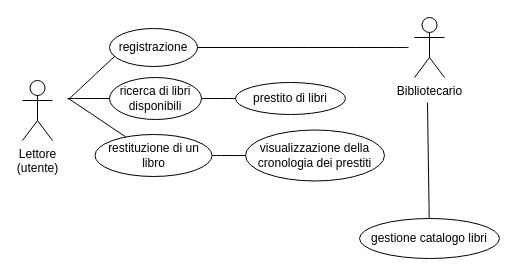
This is src/Untitled Diagram.drawio from Kokozilla/progetto-alcol, a draw.io file, before an edit. Source tidied: cells renumbered, new cells numbered last; positions are measured from the earlier drawing's top-left corner, leaving out a move shared by most shapes. Both pictures are drawn from the tidied source at 100%, with x=0, y=0 at pixel (22, 17).
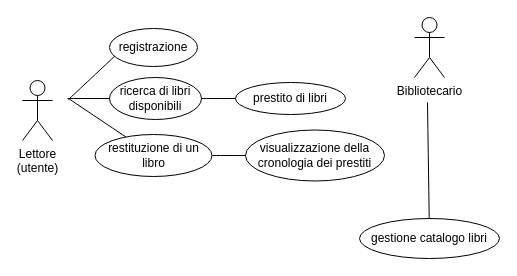
The same diagram, later.

The change refers to these unchanged cells:
```xml
<mxCell id="4" value="registrazione" style="ellipse;whiteSpace=wrap;html=1;" parent="1" vertex="1">
  <mxGeometry x="87" y="11" width="88" height="38" as="geometry" />
</mxCell>
```

Change to the diagram source:
```diff
@@
-    <mxCell id="13" style="endArrow=none;html=1;rounded=0;fontSize=12;startSize=8;endSize=8;curved=1;entryX=1;entryY=0.5;entryDx=0;entryDy=0;" parent="1" edge="1" target="4">
-      <mxGeometry relative="1" as="geometry">
-        <mxPoint x="386" y="30" as="sourcePoint" />
-      </mxGeometry>
-    </mxCell>
```
